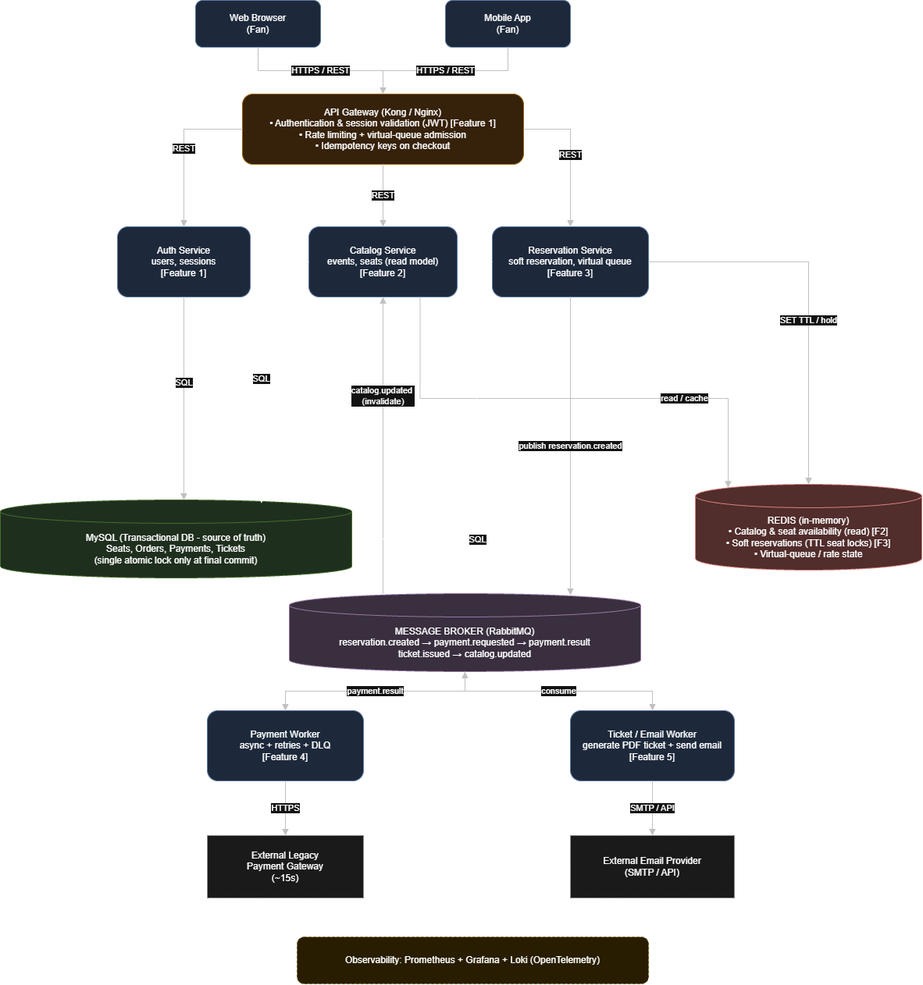
Before: docs/assets/c4-level2.drawio.png, a diagram exported from draw.io (DarkViper-128/ARQ2-2026-TS-001). Source tidied: cells renumbered, new cells last; positions are measured from the earlier drawing's top-left corner, leaving out a move shared by most shapes.
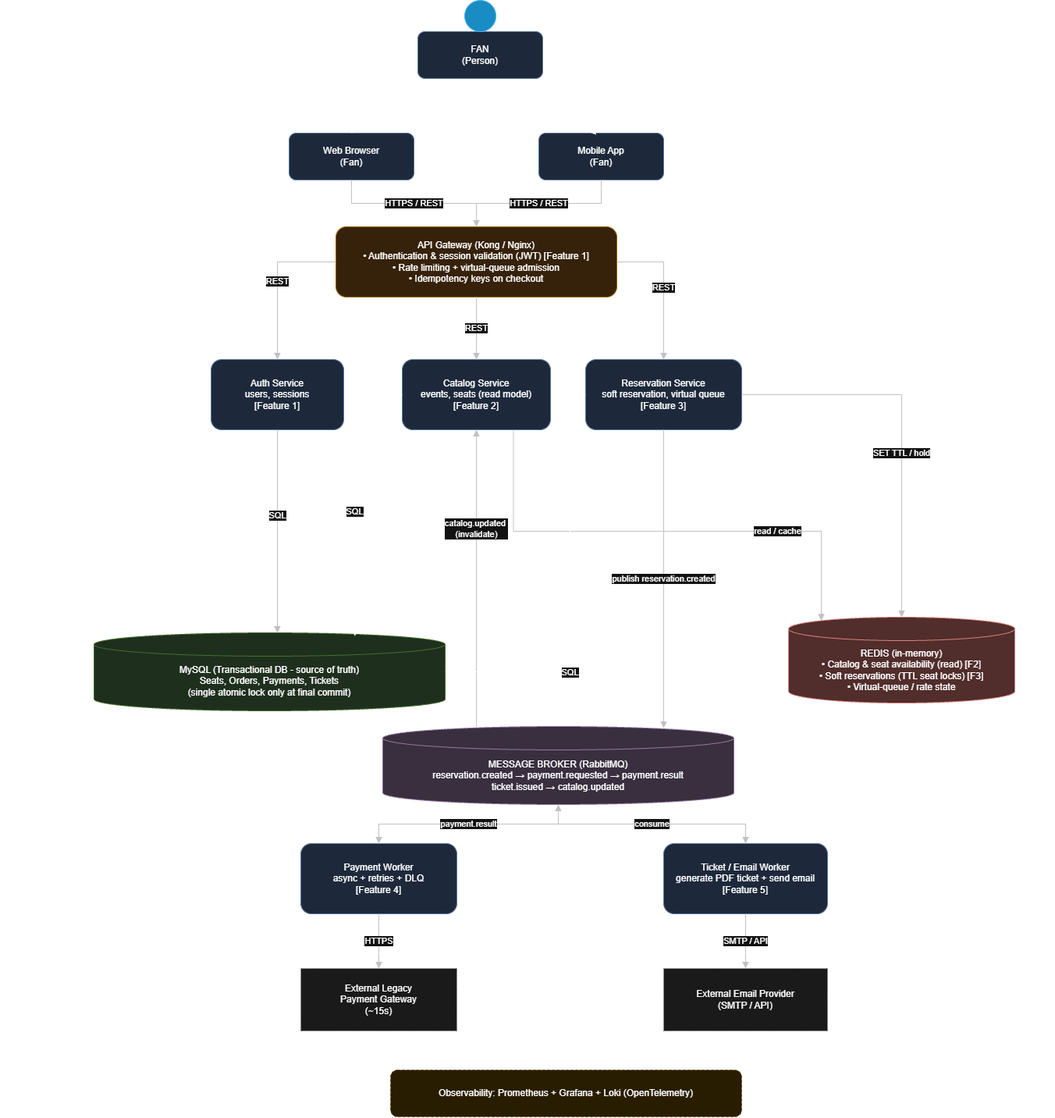
Above is the later version.

What changed in the source:
```diff
@@ -128,5 +128,20 @@
         <mxPoint y="-3" as="offset" />
       </mxGeometry>
     </mxCell>
+    <mxCell id="35" style="rounded=0;whiteSpace=wrap;html=1;dashed=1;dashPattern=1 4;fillColor=none;" parent="1" vertex="1">
+      <mxGeometry x="-120" y="70" width="1350" height="980" as="geometry" />
+    </mxCell>
+    <mxCell id="36" value="FAN&lt;div&gt;(Person)&lt;/div&gt;" style="rounded=1;whiteSpace=wrap;html=1;fillColor=#dae8fc;strokeColor=#6c8ebf;verticalAlign=middle;" parent="1" vertex="1">
+      <mxGeometry x="415" y="-130" width="160" height="60" as="geometry" />
+    </mxCell>
+    <mxCell id="37" style="endArrow=classic;html=1;rounded=0;exitX=0;exitY=1;exitDx=0;exitDy=0;entryX=0.5;entryY=0;entryDx=0;entryDy=0;" parent="1" edge="1" source="36" target="2">
+      <mxGeometry relative="1" as="geometry" />
+    </mxCell>
+    <mxCell id="38" style="endArrow=classic;html=1;rounded=0;exitX=1;exitY=1;exitDx=0;exitDy=0;entryX=0.459;entryY=0.034;entryDx=0;entryDy=0;entryPerimeter=0;" parent="1" edge="1" source="36" target="3">
+      <mxGeometry relative="1" as="geometry" />
+    </mxCell>
+    <mxCell id="39" style="ellipse;whiteSpace=wrap;html=1;shapeInside=1;fillColor=#1ba1e2;fontColor=#ffffff;strokeColor=#006EAF;" parent="1" vertex="1">
+      <mxGeometry x="475" y="-170" width="40" height="40" as="geometry" />
+    </mxCell>
   </root>
 </mxGraphModel>
```
